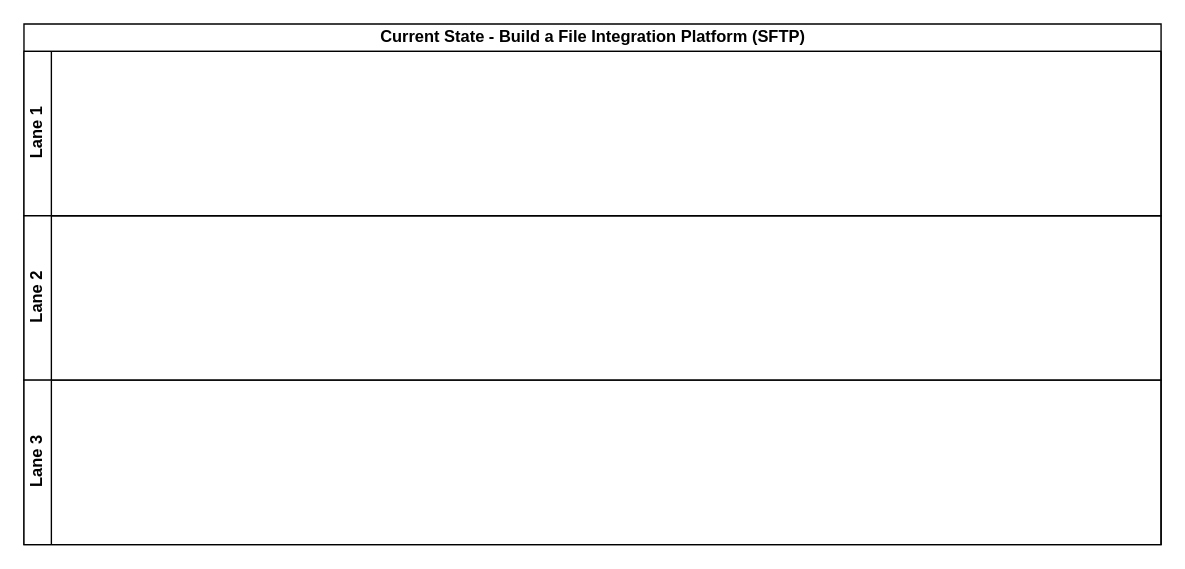
Above: page "BPD" (2 of 3) of rochor-sftp.drawio in Hoverhuang-er/HoverLibrary (draw.io), before the change. Source tidied: cells renumbered, new cells numbered last; positions are measured from the earlier drawing's top-left corner, leaving out a move shared by most shapes. Both pictures are drawn from the tidied source at 137%, with x=0, y=0 at pixel (23, 23).
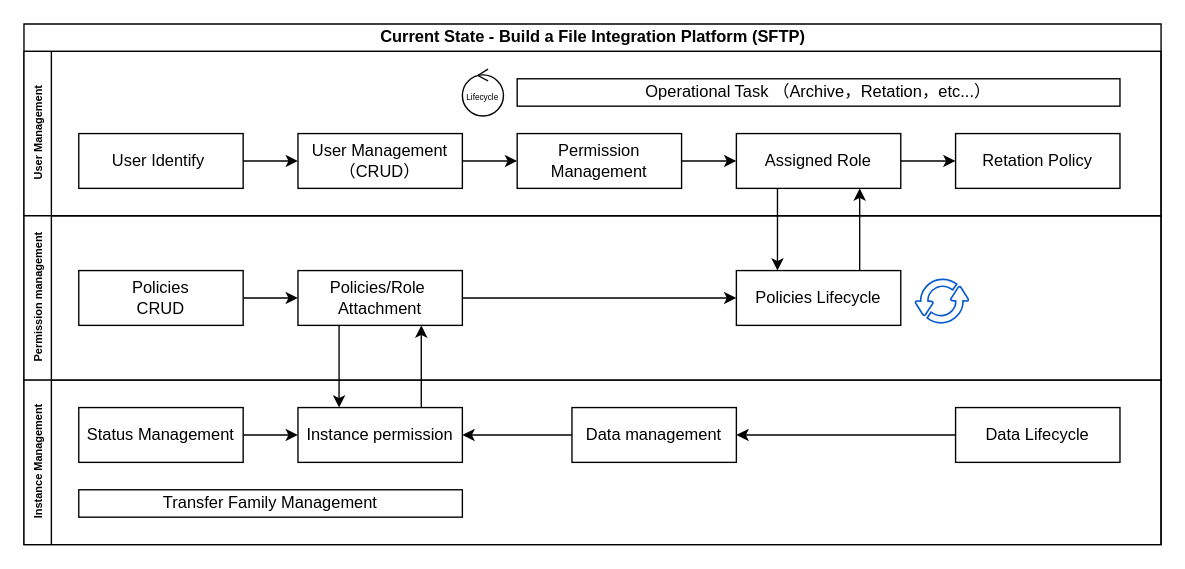
The same page after the edit.

Unchanged cells that the change refers to:
```xml
<mxCell id="2" value="Current State - Build a File Integration Platform (SFTP)" style="swimlane;horizontal=1;startSize=20;html=1;" parent="1" vertex="1">
  <mxGeometry width="830" height="380" as="geometry" />
</mxCell>
```

What changed in the source:
```diff
@@
-    <mxCell id="3" value="Lane 1" style="swimlane;startSize=20;horizontal=0;html=1;" parent="2" vertex="1">
+    <mxCell id="3" value="&lt;font style=&quot;font-size: 8px;&quot;&gt;User Management&lt;/font&gt;" style="swimlane;startSize=20;horizontal=0;html=1;" parent="2" vertex="1">
       <mxGeometry y="20" width="830" height="120" as="geometry" />
     </mxCell>
+    <mxCell id="6" style="edgeStyle=orthogonalEdgeStyle;rounded=0;jettySize=auto;html=1;" parent="3" edge="1" source="7" target="9">
+      <mxGeometry relative="1" as="geometry" />
+    </mxCell>
+    <mxCell id="7" value="User Identify&amp;nbsp;" style="rounded=0;whiteSpace=wrap;html=1;" parent="3" vertex="1">
+      <mxGeometry x="40" y="60" width="120" height="40" as="geometry" />
+    </mxCell>
+    <mxCell id="8" style="edgeStyle=orthogonalEdgeStyle;rounded=0;jettySize=auto;html=1;entryX=0;entryY=0.5;entryDx=0;entryDy=0;" parent="3" edge="1" source="9" target="12">
+      <mxGeometry relative="1" as="geometry" />
+    </mxCell>
+    <mxCell id="9" value="User Management&lt;br&gt;（CRUD）" style="rounded=0;whiteSpace=wrap;html=1;" parent="3" vertex="1">
+      <mxGeometry x="200" y="60" width="120" height="40" as="geometry" />
+    </mxCell>
+    <mxCell id="10" value="Retation Policy" style="rounded=0;whiteSpace=wrap;html=1;" parent="3" vertex="1">
+      <mxGeometry x="680" y="60" width="120" height="40" as="geometry" />
+    </mxCell>
+    <mxCell id="11" style="edgeStyle=orthogonalEdgeStyle;rounded=0;jettySize=auto;html=1;entryX=0;entryY=0.5;entryDx=0;entryDy=0;" parent="3" edge="1" source="12" target="16">
+      <mxGeometry relative="1" as="geometry" />
+    </mxCell>
+    <mxCell id="12" value="Permission Management" style="rounded=0;whiteSpace=wrap;html=1;" parent="3" vertex="1">
+      <mxGeometry x="360" y="60" width="120" height="40" as="geometry" />
+    </mxCell>
+    <mxCell id="13" value="Operational Task （Archive，Retation，etc...）" style="rounded=0;whiteSpace=wrap;html=1;" parent="3" vertex="1">
+      <mxGeometry x="360" y="20" width="440" height="20" as="geometry" />
+    </mxCell>
+    <mxCell id="14" value="&lt;font style=&quot;font-size: 6px;&quot;&gt;Lifecycle&lt;/font&gt;" style="ellipse;shape=umlControl;whiteSpace=wrap;html=1;" parent="3" vertex="1">
+      <mxGeometry x="320" y="12.9" width="30" height="34.3" as="geometry" />
+    </mxCell>
+    <mxCell id="15" style="edgeStyle=orthogonalEdgeStyle;rounded=0;jettySize=auto;html=1;entryX=0;entryY=0.5;entryDx=0;entryDy=0;" parent="3" edge="1" source="16" target="10">
+      <mxGeometry relative="1" as="geometry" />
+    </mxCell>
+    <mxCell id="16" value="Assigned Role" style="rounded=0;whiteSpace=wrap;html=1;" parent="3" vertex="1">
+      <mxGeometry x="520" y="60" width="120" height="40" as="geometry" />
+    </mxCell>
-    <mxCell id="4" value="Lane 2" style="swimlane;startSize=20;horizontal=0;html=1;" parent="2" vertex="1">
+    <mxCell id="4" value="&lt;font style=&quot;font-size: 8px;&quot;&gt;Permission management&lt;/font&gt;" style="swimlane;startSize=20;horizontal=0;html=1;" parent="2" vertex="1">
       <mxGeometry y="140" width="830" height="120" as="geometry" />
     </mxCell>
+    <mxCell id="17" style="edgeStyle=orthogonalEdgeStyle;rounded=0;jettySize=auto;html=1;entryX=0;entryY=0.5;entryDx=0;entryDy=0;" parent="4" edge="1" source="18" target="20">
+      <mxGeometry relative="1" as="geometry" />
+    </mxCell>
+    <mxCell id="18" value="Policies&lt;br&gt;CRUD" style="rounded=0;whiteSpace=wrap;html=1;" parent="4" vertex="1">
+      <mxGeometry x="40" y="40" width="120" height="40" as="geometry" />
+    </mxCell>
+    <mxCell id="19" style="edgeStyle=orthogonalEdgeStyle;rounded=0;jettySize=auto;html=1;" parent="4" edge="1" source="20" target="21">
+      <mxGeometry relative="1" as="geometry" />
+    </mxCell>
+    <mxCell id="20" value="Policies/Role&amp;nbsp;&lt;br&gt;Attachment" style="rounded=0;whiteSpace=wrap;html=1;" parent="4" vertex="1">
+      <mxGeometry x="200" y="40" width="120" height="40" as="geometry" />
+    </mxCell>
+    <mxCell id="21" value="Policies Lifecycle" style="rounded=0;whiteSpace=wrap;html=1;" parent="4" vertex="1">
+      <mxGeometry x="520" y="40" width="120" height="40" as="geometry" />
+    </mxCell>
+    <mxCell id="22" style="sketch=0;shadow=0;dashed=0;html=1;strokeColor=none;fillColor=#075acf;labelPosition=center;verticalLabelPosition=bottom;verticalAlign=top;align=center;shape=mxgraph.vvd.business_continuity_data_protection;gradientColor=none;" parent="4" vertex="1">
+      <mxGeometry x="650" y="45.6" width="40" height="34.4" as="geometry" />
+    </mxCell>
-    <mxCell id="5" value="Lane 3" style="swimlane;startSize=20;horizontal=0;html=1;" parent="2" vertex="1">
+    <mxCell id="5" value="&lt;font style=&quot;font-size: 8px;&quot;&gt;Instance Management&lt;/font&gt;" style="swimlane;startSize=20;horizontal=0;html=1;" parent="2" vertex="1">
       <mxGeometry y="260" width="830" height="120" as="geometry" />
     </mxCell>
+    <mxCell id="23" style="edgeStyle=orthogonalEdgeStyle;rounded=0;jettySize=auto;html=1;entryX=0;entryY=0.5;entryDx=0;entryDy=0;" parent="5" edge="1" source="24" target="25">
+      <mxGeometry relative="1" as="geometry" />
+    </mxCell>
+    <mxCell id="24" value="Status Management" style="rounded=0;whiteSpace=wrap;html=1;" parent="5" vertex="1">
+      <mxGeometry x="40" y="20" width="120" height="40" as="geometry" />
+    </mxCell>
+    <mxCell id="25" value="Instance permission" style="rounded=0;whiteSpace=wrap;html=1;" parent="5" vertex="1">
+      <mxGeometry x="200" y="20" width="120" height="40" as="geometry" />
+    </mxCell>
+    <mxCell id="26" style="edgeStyle=orthogonalEdgeStyle;rounded=0;jettySize=auto;html=1;entryX=1;entryY=0.5;entryDx=0;entryDy=0;" parent="5" edge="1" source="27" target="25">
+      <mxGeometry relative="1" as="geometry" />
+    </mxCell>
+    <mxCell id="27" value="Data management" style="rounded=0;whiteSpace=wrap;html=1;" parent="5" vertex="1">
+      <mxGeometry x="400" y="20" width="120" height="40" as="geometry" />
+    </mxCell>
+    <mxCell id="28" style="edgeStyle=orthogonalEdgeStyle;rounded=0;jettySize=auto;html=1;" parent="5" edge="1" source="29" target="27">
+      <mxGeometry relative="1" as="geometry" />
+    </mxCell>
+    <mxCell id="29" value="Data Lifecycle" style="rounded=0;whiteSpace=wrap;html=1;" parent="5" vertex="1">
+      <mxGeometry x="680" y="20" width="120" height="40" as="geometry" />
+    </mxCell>
+    <mxCell id="30" value="Transfer Family Management" style="rounded=0;whiteSpace=wrap;html=1;" parent="5" vertex="1">
+      <mxGeometry x="40" y="80" width="280" height="20" as="geometry" />
+    </mxCell>
+    <mxCell id="31" style="edgeStyle=orthogonalEdgeStyle;rounded=0;jettySize=auto;html=1;exitX=0.25;exitY=1;exitDx=0;exitDy=0;entryX=0.25;entryY=0;entryDx=0;entryDy=0;" parent="2" edge="1" source="16" target="21">
+      <mxGeometry relative="1" as="geometry" />
+    </mxCell>
+    <mxCell id="32" style="edgeStyle=orthogonalEdgeStyle;rounded=0;jettySize=auto;html=1;exitX=0.75;exitY=0;exitDx=0;exitDy=0;entryX=0.75;entryY=1;entryDx=0;entryDy=0;" parent="2" edge="1" source="21" target="16">
+      <mxGeometry relative="1" as="geometry" />
+    </mxCell>
+    <mxCell id="33" style="edgeStyle=orthogonalEdgeStyle;rounded=0;jettySize=auto;html=1;exitX=0.25;exitY=1;exitDx=0;exitDy=0;entryX=0.25;entryY=0;entryDx=0;entryDy=0;" parent="2" edge="1" source="20" target="25">
+      <mxGeometry relative="1" as="geometry" />
+    </mxCell>
+    <mxCell id="34" style="edgeStyle=orthogonalEdgeStyle;rounded=0;jettySize=auto;html=1;exitX=0.75;exitY=0;exitDx=0;exitDy=0;entryX=0.75;entryY=1;entryDx=0;entryDy=0;" parent="2" edge="1" source="25" target="20">
+      <mxGeometry relative="1" as="geometry" />
+    </mxCell>
```
